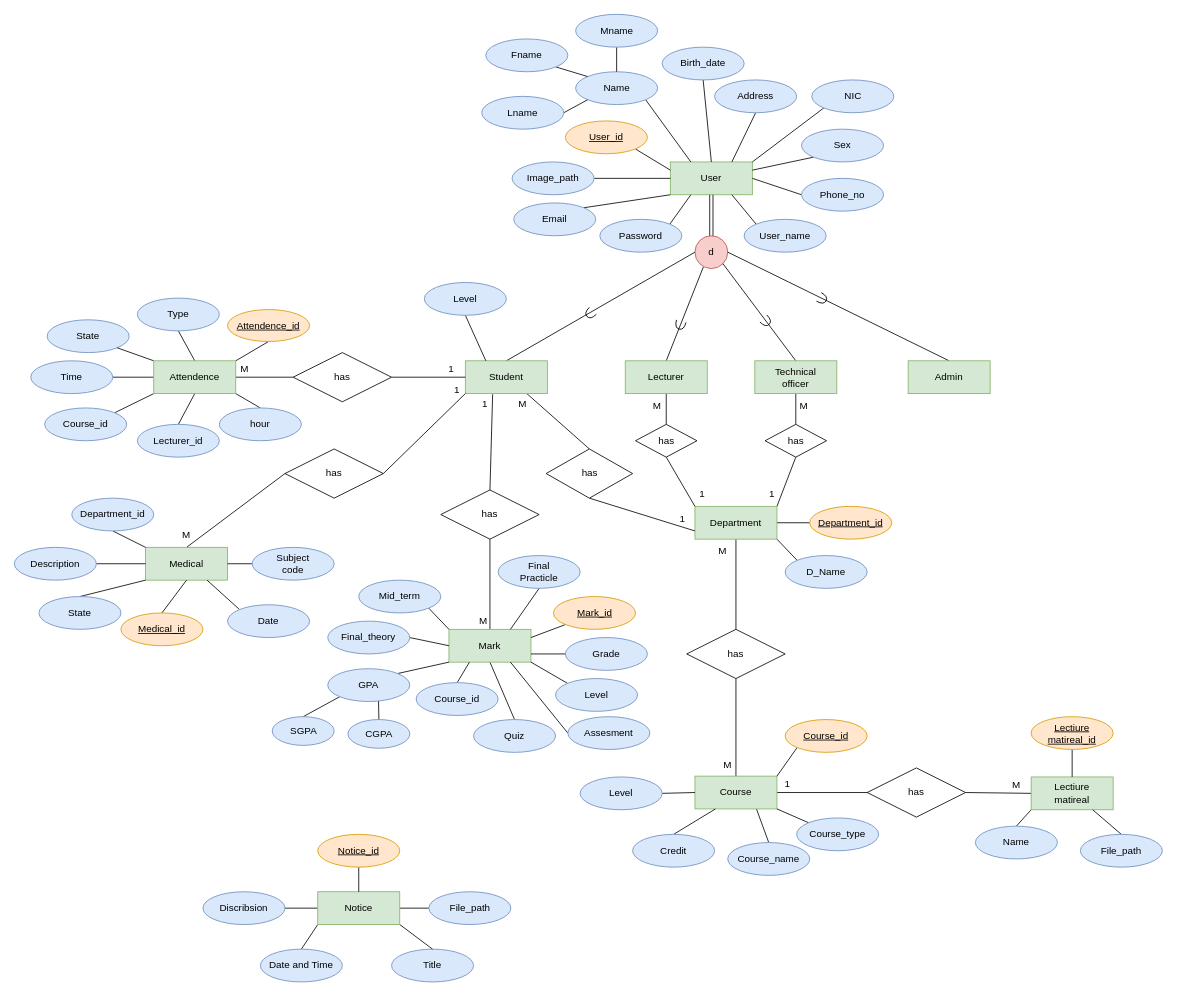
Above: Diagrams/ER_Diagram.drawio in ChandimalPriyamantha/Java_Project_TECMIS (draw.io), before the change. Source tidied: cells renumbered, new cells numbered last; positions are measured from the earlier drawing's top-left corner, leaving out a move shared by most shapes. Both pictures are drawn from the tidied source at 82%, with x=0, y=0 at pixel (14, 14).
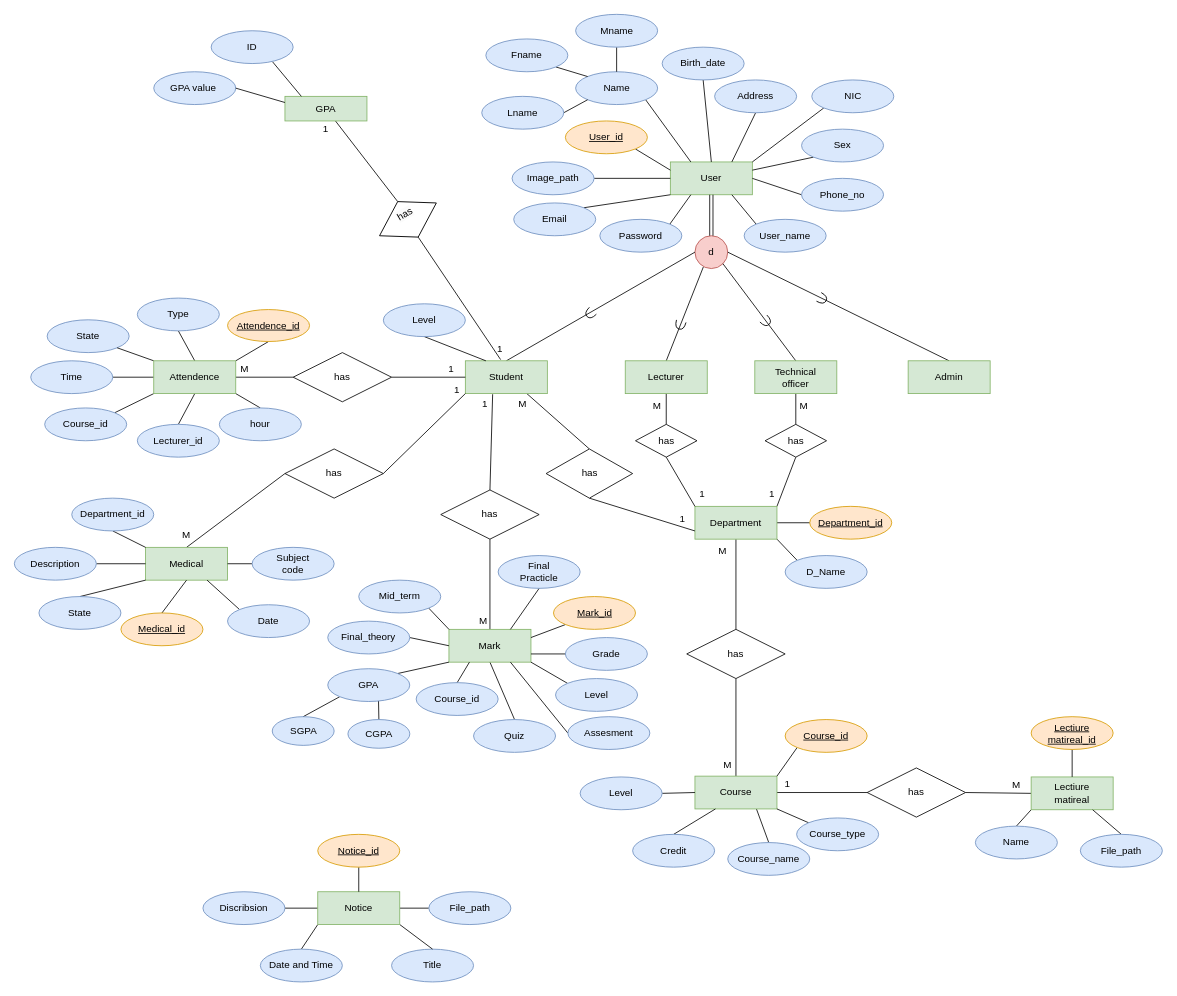
Above is the later version.

Unchanged cells that the change refers to:
```xml
<mxCell id="10" value="Student" style="whiteSpace=wrap;html=1;align=center;fillColor=#d5e8d4;strokeColor=#82b366;" parent="1" vertex="1">
  <mxGeometry x="550" y="422.5" width="100" height="40" as="geometry" />
</mxCell>
```

What changed in the source:
```diff
@@
     <mxCell id="105" value="Level" style="ellipse;whiteSpace=wrap;html=1;align=center;fillColor=#dae8fc;strokeColor=#6c8ebf;" parent="1" vertex="1">
-      <mxGeometry x="500" y="327" width="100" height="40" as="geometry" />
+      <mxGeometry x="450" y="353" width="100" height="40" as="geometry" />
     </mxCell>
@@
+    <mxCell id="174" value="&#10;&lt;span style=&quot;color: rgb(0, 0, 0); font-family: Helvetica; font-size: 12px; font-style: normal; font-variant-ligatures: normal; font-variant-caps: normal; font-weight: 400; letter-spacing: normal; orphans: 2; text-align: center; text-indent: 0px; text-transform: none; widows: 2; word-spacing: 0px; -webkit-text-stroke-width: 0px; background-color: rgb(251, 251, 251); text-decoration-thickness: initial; text-decoration-style: initial; text-decoration-color: initial; float: none; display: inline !important;&quot;&gt;has&lt;/span&gt;&#10;&#10;" style="rhombus;whiteSpace=wrap;html=1;rotation=-30;" parent="1" vertex="1">
+      <mxGeometry x="440" y="225" width="80" height="50" as="geometry" />
+    </mxCell>
+    <mxCell id="175" style="endArrow=none;html=1;rounded=0;entryX=0.5;entryY=1;entryDx=0;entryDy=0;exitX=0.43;exitY=-0.037;exitDx=0;exitDy=0;exitPerimeter=0;" parent="1" edge="1" source="10" target="174">
+      <mxGeometry relative="1" as="geometry" />
+    </mxCell>
+    <mxCell id="176" style="endArrow=none;html=1;rounded=0;exitX=0.5;exitY=0;exitDx=0;exitDy=0;" parent="1" edge="1" source="174" target="177">
+      <mxGeometry relative="1" as="geometry" />
+    </mxCell>
+    <mxCell id="177" style="rounded=0;whiteSpace=wrap;html=1;fillColor=#d5e8d4;strokeColor=#82b366;" parent="1" vertex="1">
+      <mxGeometry x="330" y="100" width="100" height="30" as="geometry" />
+    </mxCell>
+    <mxCell id="178" value="GPA" style="text;strokeColor=none;align=center;fillColor=none;html=1;verticalAlign=middle;whiteSpace=wrap;rounded=0;" parent="1" vertex="1">
+      <mxGeometry x="350" y="100" width="60" height="30" as="geometry" />
+    </mxCell>
+    <mxCell id="179" value="ID" style="ellipse;whiteSpace=wrap;html=1;align=center;fillColor=#dae8fc;strokeColor=#6c8ebf;" parent="1" vertex="1">
+      <mxGeometry x="240" y="20" width="100" height="40" as="geometry" />
+    </mxCell>
+    <mxCell id="180" style="edgeStyle=none;rounded=0;jettySize=auto;html=1;exitX=0.75;exitY=0.95;exitDx=0;exitDy=0;entryX=0;entryY=0;entryDx=0;entryDy=0;endArrow=none;endFill=0;exitPerimeter=0;" parent="1" edge="1" source="179" target="178">
+      <mxGeometry relative="1" as="geometry" />
+    </mxCell>
+    <mxCell id="181" value="GPA value&amp;nbsp;" style="ellipse;whiteSpace=wrap;html=1;align=center;fillColor=#dae8fc;strokeColor=#6c8ebf;" parent="1" vertex="1">
+      <mxGeometry x="170" y="70" width="100" height="40" as="geometry" />
+    </mxCell>
+    <mxCell id="182" style="edgeStyle=none;rounded=0;jettySize=auto;html=1;exitX=1;exitY=0.5;exitDx=0;exitDy=0;entryX=0;entryY=0.25;entryDx=0;entryDy=0;endArrow=none;endFill=0;" parent="1" edge="1" source="181" target="177">
+      <mxGeometry relative="1" as="geometry" />
+    </mxCell>
+    <mxCell id="183" value="1" style="text;html=1;strokeColor=none;fillColor=none;align=center;verticalAlign=middle;whiteSpace=wrap;rounded=0;" parent="1" vertex="1">
+      <mxGeometry x="360" y="130" width="40" height="20" as="geometry" />
+    </mxCell>
+    <mxCell id="184" value="1" style="text;html=1;strokeColor=none;fillColor=none;align=center;verticalAlign=middle;whiteSpace=wrap;rounded=0;" parent="1" vertex="1">
+      <mxGeometry x="576" y="392.5" width="33" height="30" as="geometry" />
+    </mxCell>
```
